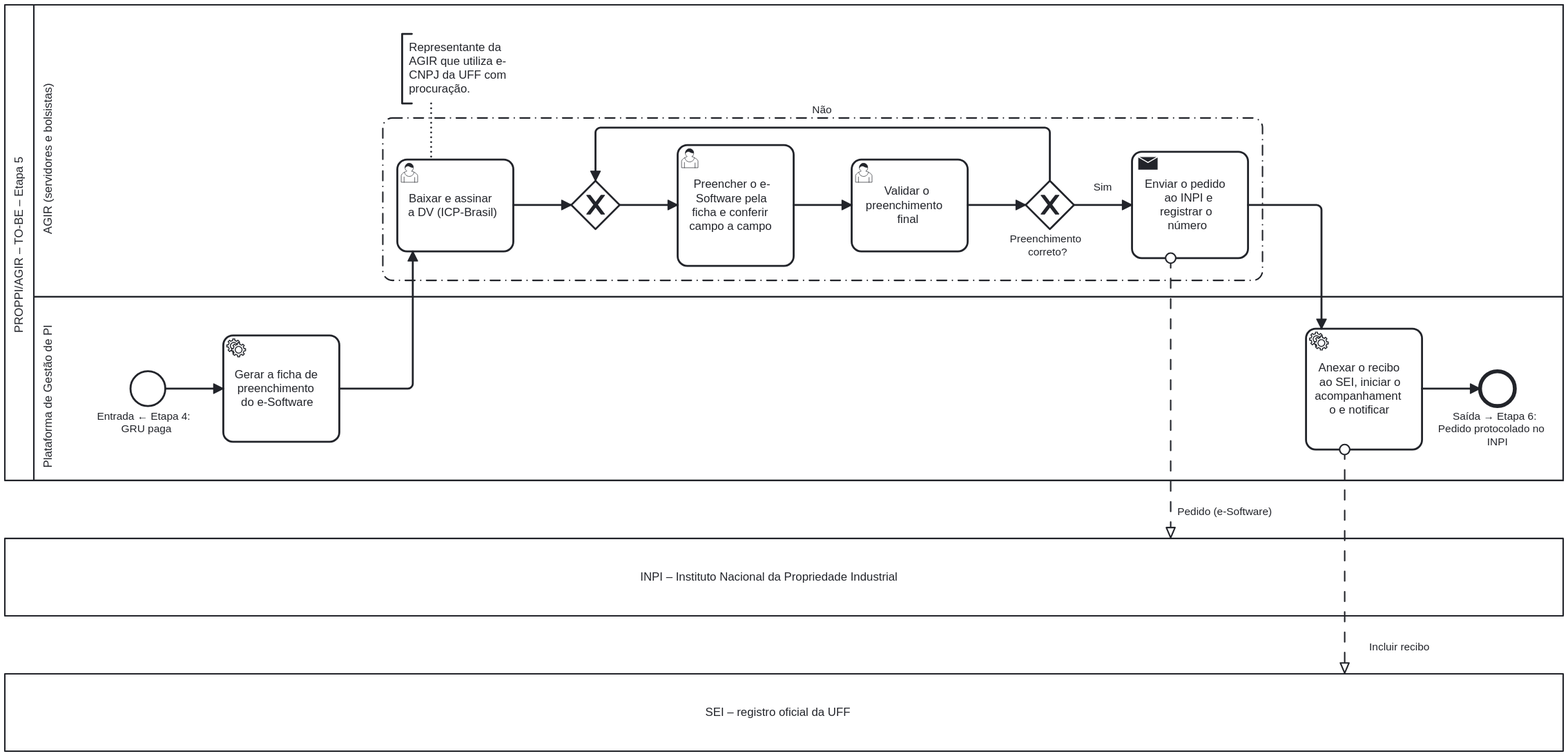
Earlier version of the BPMN export processos/registro-software/to-be/etapas/05-protocolo.svg (Amaro-peter/modelagem-bpmn-agir). Its source is kept beside it as processos/registro-software/to-be/etapas/05-protocolo.bpmn. Ids are renumbered.
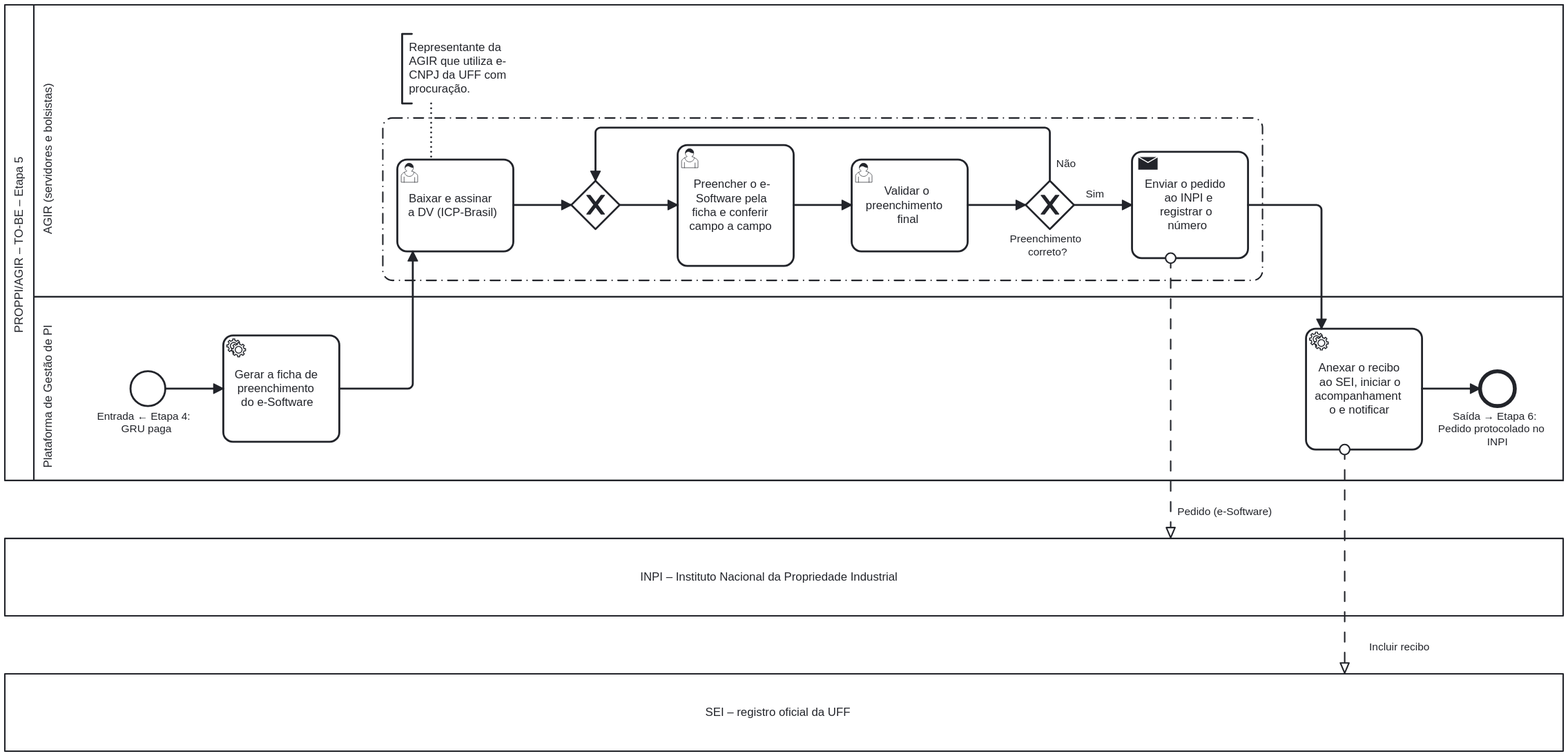
Above is the later version.

Diff of the diagram source:
```diff
@@ -172,10 +172,16 @@
         <di:waypoint x="1081" y="127" />
         <di:waypoint x="611" y="127" />
         <di:waypoint x="611" y="182" />
+        <bpmndi:BPMNLabel>
+          <dc:Bounds x="1086" y="158" width="25" height="14" />
+        </bpmndi:BPMNLabel>
       </bpmndi:BPMNEdge>
       <bpmndi:BPMNEdge id="ToBe_Registro_Software_Etapa5_f8_di" bpmnElement="ToBe_Registro_Software_Etapa5_f8">
         <di:waypoint x="1106" y="207" />
         <di:waypoint x="1166" y="207" />
+        <bpmndi:BPMNLabel>
+          <dc:Bounds x="1116" y="189" width="25" height="14" />
+        </bpmndi:BPMNLabel>
       </bpmndi:BPMNEdge>
       <bpmndi:BPMNEdge id="ToBe_Registro_Software_Etapa5_f9_di" bpmnElement="ToBe_Registro_Software_Etapa5_f9">
         <di:waypoint x="1286" y="207" />
```
